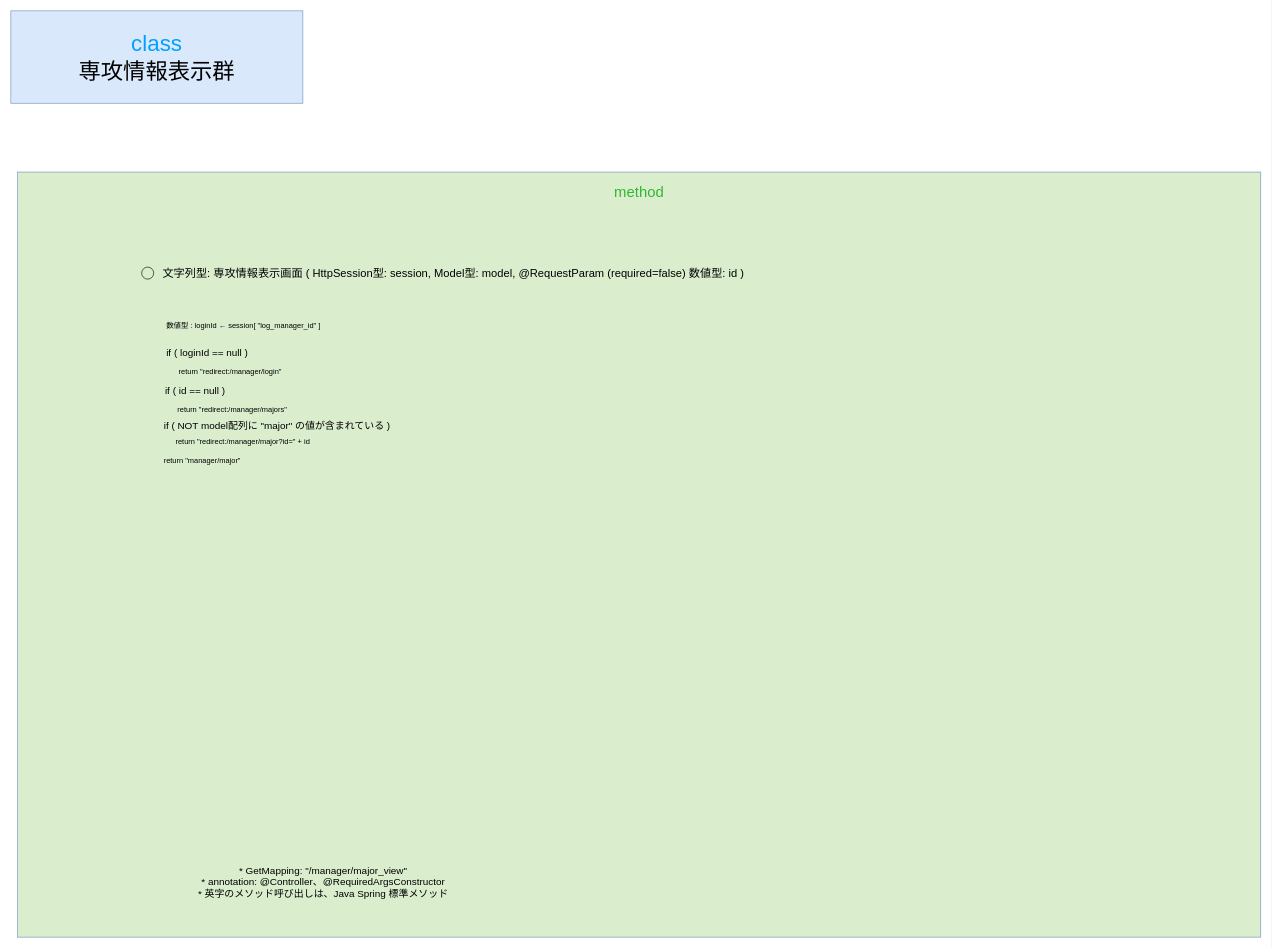
Before: gijigengo/controller/view/manager/seiseki_manage_sys controller_view_manager MajorGetViewControllerクラス 疑似言語.drawio in tro319/seiseki_manage_sys, a draw.io diagram. Source tidied: cells renumbered, new cells numbered last; positions are measured from the earlier drawing's top-left corner, leaving out a move shared by most shapes. Both pictures are drawn from the tidied source at 62%, with x=0, y=0 at pixel (11, 11).
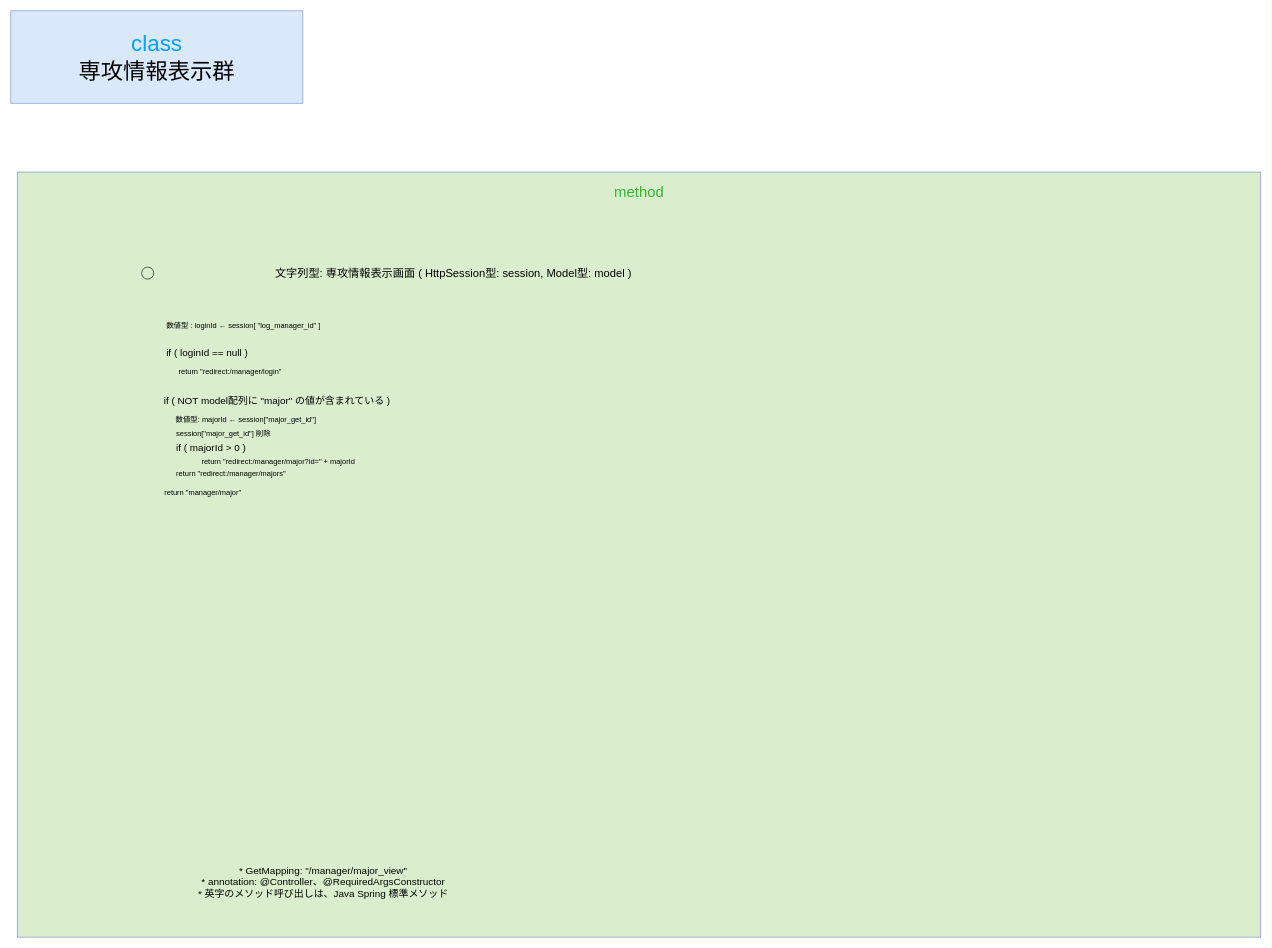
The same diagram, later.

Change to the diagram source:
```diff
@@
 <mxGraphModel>
   <root>
     <mxCell id="0" />
     <mxCell id="1" parent="0" />
     <mxCell id="2" value="&lt;div&gt;&lt;span style=&quot;color: rgb(0, 161, 255);&quot;&gt;class&lt;/span&gt;&lt;/div&gt;&lt;div&gt;専攻情報表示群&lt;/div&gt;" style="text;html=1;whiteSpace=wrap;strokeColor=#6c8ebf;fillColor=#dae8fc;align=center;verticalAlign=middle;rounded=0;fontSize=36;" parent="1" vertex="1">
       <mxGeometry width="471" height="149" as="geometry" />
     </mxCell>
     <mxCell id="3" value="&lt;div&gt;&lt;font style=&quot;font-size: 24px;&quot;&gt;&lt;span style=&quot;color: rgb(50, 182, 49);&quot;&gt;&lt;span style=&quot;&quot;&gt;&lt;span style=&quot;&quot;&gt;&lt;span&gt;method&lt;/span&gt;&lt;/span&gt;&lt;/span&gt;&lt;/span&gt;&lt;/font&gt;&lt;/div&gt;&lt;div&gt;&lt;font style=&quot;font-size: 24px;&quot;&gt;&lt;span style=&quot;color: rgba(0, 0, 0, 0);&quot;&gt;&lt;span style=&quot;color: rgba(0, 0, 0, 0);&quot;&gt;&lt;span style=&quot;&quot;&gt;&lt;span style=&quot;&quot;&gt;&lt;br&gt;&lt;/span&gt;&lt;/span&gt;&lt;/span&gt;&lt;/span&gt;&lt;/font&gt;&lt;/div&gt;" style="text;html=1;whiteSpace=wrap;strokeColor=#6c8ebf;fillColor=light-dark(#daeece, #214210);align=center;verticalAlign=top;rounded=0;fontSize=36;fontColor=#00A1FF;" parent="1" vertex="1">
       <mxGeometry x="11" y="260" width="2005" height="1234" as="geometry" />
     </mxCell>
     <mxCell id="4" value="&lt;div&gt;&lt;span style=&quot;color: rgb(0, 0, 0);&quot;&gt;&lt;font&gt;数値型 : loginId ←&amp;nbsp;&lt;/font&gt;&lt;/span&gt;&lt;span style=&quot;color: rgb(0, 0, 0);&quot;&gt;&lt;font&gt;session[ &quot;log_manager_id&quot; ]&lt;/font&gt;&lt;/span&gt;&lt;/div&gt;" style="text;html=1;whiteSpace=wrap;strokeColor=none;fillColor=none;align=left;verticalAlign=middle;rounded=0;fontSize=12;" parent="1" vertex="1">
       <mxGeometry x="249" y="493" width="590" height="30" as="geometry" />
     </mxCell>
     <mxCell id="5" value="&lt;div&gt;&lt;span&gt;&lt;span&gt;&lt;span style=&quot;color: rgb(0, 0, 0);&quot;&gt;&lt;font style=&quot;font-size: 16px;&quot;&gt;* GetMapping: &quot;&lt;/font&gt;&lt;/span&gt;&lt;/span&gt;&lt;/span&gt;&lt;font style=&quot;font-size: 16px;&quot;&gt;/manager/major_view&lt;/font&gt;&lt;span&gt;&lt;span&gt;&lt;span style=&quot;color: rgb(0, 0, 0);&quot;&gt;&lt;font style=&quot;font-size: 16px;&quot;&gt;&quot;&lt;/font&gt;&lt;/span&gt;&lt;/span&gt;&lt;/span&gt;&lt;/div&gt;&lt;div&gt;&lt;span&gt;&lt;span&gt;&lt;span style=&quot;color: rgb(0, 0, 0);&quot;&gt;&lt;font style=&quot;font-size: 16px;&quot;&gt;* annotation: &lt;/font&gt;&lt;font style=&quot;font-size: 16px;&quot;&gt;@Controller&lt;/font&gt;&lt;font style=&quot;font-size: 16px;&quot;&gt;、@RequiredArgsConstructor&lt;/font&gt;&lt;/span&gt;&lt;/span&gt;&lt;/span&gt;&lt;/div&gt;&lt;div&gt;&lt;span&gt;&lt;span&gt;&lt;span style=&quot;color: rgb(0, 0, 0);&quot;&gt;&lt;font style=&quot;font-size: 16px;&quot;&gt;* 英字のメソッド呼び出しは、Java Spring 標準メソッド&lt;/font&gt;&lt;/span&gt;&lt;/span&gt;&lt;/span&gt;&lt;/div&gt;" style="text;html=1;whiteSpace=wrap;strokeColor=none;fillColor=none;align=center;verticalAlign=middle;rounded=0;" parent="1" vertex="1">
       <mxGeometry x="209" y="1390" width="590" height="30" as="geometry" />
     </mxCell>
     <mxCell id="6" value="&lt;div align=&quot;left&quot;&gt;&lt;span style=&quot;color: rgb(0, 0, 0);&quot;&gt;&lt;font style=&quot;font-size: 16px;&quot;&gt;if ( loginId == null )&amp;nbsp;&lt;/font&gt;&lt;/span&gt;&lt;/div&gt;" style="text;html=1;whiteSpace=wrap;strokeColor=none;fillColor=none;align=left;verticalAlign=middle;rounded=0;" parent="1" vertex="1">
       <mxGeometry x="249" y="536" width="590" height="30" as="geometry" />
     </mxCell>
     <mxCell id="7" value="return &quot;redirect:/manager/login&quot;" style="text;html=1;whiteSpace=wrap;strokeColor=none;fillColor=none;align=left;verticalAlign=middle;rounded=0;" parent="1" vertex="1">
       <mxGeometry x="269" y="567" width="590" height="30" as="geometry" />
     </mxCell>
-    <mxCell id="8" value="&lt;font style=&quot;font-size: 18px;&quot;&gt;&lt;span&gt;&lt;span&gt;&lt;span style=&quot;color: rgb(0, 0, 0);&quot;&gt;&lt;font&gt;文字列型: 専攻情報表示画面 ( HttpSession型: session, Model型: model, @RequestParam (required=false) 数値型: id )&lt;/font&gt;&lt;/span&gt;&lt;/span&gt;&lt;/span&gt;&lt;/font&gt;" style="whiteSpace=wrap;html=1;fillColor=none;labelBorderColor=none;strokeColor=none;" parent="1" vertex="1">
+    <mxCell id="8" value="&lt;font style=&quot;font-size: 18px;&quot;&gt;&lt;span&gt;&lt;span&gt;&lt;span style=&quot;color: rgb(0, 0, 0);&quot;&gt;&lt;font&gt;文字列型: 専攻情報表示画面 ( HttpSession型: session, Model型: model )&lt;/font&gt;&lt;/span&gt;&lt;/span&gt;&lt;/span&gt;&lt;/font&gt;" style="whiteSpace=wrap;html=1;fillColor=none;labelBorderColor=none;strokeColor=none;" parent="1" vertex="1">
       <mxGeometry x="240" y="408" width="948.1" height="30" as="geometry" />
     </mxCell>
     <mxCell id="9" value="&amp;nbsp; &amp;nbsp; &amp;nbsp; &amp;nbsp; &amp;nbsp; &amp;nbsp; &amp;nbsp;" style="ellipse;whiteSpace=wrap;html=1;fillColor=none;" parent="1" vertex="1">
       <mxGeometry x="211" y="413.3" width="19.4" height="19.4" as="geometry" />
     </mxCell>
     <mxCell id="10" value="return &quot;manager/major&quot;" style="text;html=1;whiteSpace=wrap;strokeColor=none;fillColor=none;align=left;verticalAlign=middle;rounded=0;" parent="1" vertex="1">
-      <mxGeometry x="245" y="710" width="590" height="30" as="geometry" />
+      <mxGeometry x="246" y="762" width="590" height="30" as="geometry" />
     </mxCell>
-    <mxCell id="11" value="return &quot;redirect:/manager/major?id=&quot; + id&amp;nbsp;" style="text;html=1;whiteSpace=wrap;strokeColor=none;fillColor=none;align=left;verticalAlign=middle;rounded=0;" parent="1" vertex="1">
-      <mxGeometry x="264" y="680" width="590" height="30" as="geometry" />
+    <mxCell id="11" value="return &quot;redirect:/manager/major?id=&quot; + majorId&amp;nbsp;" style="text;html=1;whiteSpace=wrap;strokeColor=none;fillColor=none;align=left;verticalAlign=middle;rounded=0;" parent="1" vertex="1">
+      <mxGeometry x="306" y="712" width="590" height="30" as="geometry" />
     </mxCell>
-    <mxCell id="12" value="&lt;div align=&quot;left&quot;&gt;&lt;span style=&quot;color: rgb(0, 0, 0);&quot;&gt;&lt;font style=&quot;font-size: 16px;&quot;&gt;if ( id == null )&amp;nbsp;&lt;/font&gt;&lt;/span&gt;&lt;/div&gt;" style="text;html=1;whiteSpace=wrap;strokeColor=none;fillColor=none;align=left;verticalAlign=middle;rounded=0;" parent="1" vertex="1">
-      <mxGeometry x="247" y="597" width="590" height="30" as="geometry" />
-    </mxCell>
+    <mxCell id="14" value="&lt;div align=&quot;left&quot;&gt;&lt;span style=&quot;color: rgb(0, 0, 0);&quot;&gt;&lt;font style=&quot;font-size: 16px;&quot;&gt;if ( NOT model配列に &quot;major&quot; の値が含まれている )&amp;nbsp;&lt;/font&gt;&lt;/span&gt;&lt;/div&gt;" style="text;html=1;whiteSpace=wrap;strokeColor=none;fillColor=none;align=left;verticalAlign=middle;rounded=0;" parent="1" vertex="1">
+      <mxGeometry x="245" y="613" width="590" height="30" as="geometry" />
+    </mxCell>
+    <mxCell id="15" value="数値型: majorId ← session[&quot;major_get_id&quot;]" style="text;html=1;whiteSpace=wrap;strokeColor=none;fillColor=none;align=left;verticalAlign=middle;rounded=0;" parent="1" vertex="1">
+      <mxGeometry x="264" y="645" width="590" height="30" as="geometry" />
+    </mxCell>
+    <mxCell id="16" value="session[&quot;major_get_id&quot;] 削除" style="text;html=1;whiteSpace=wrap;strokeColor=none;fillColor=none;align=left;verticalAlign=middle;rounded=0;" parent="1" vertex="1">
+      <mxGeometry x="265" y="668" width="590" height="30" as="geometry" />
+    </mxCell>
+    <mxCell id="17" value="&lt;div align=&quot;left&quot;&gt;&lt;span style=&quot;color: rgb(0, 0, 0);&quot;&gt;&lt;font style=&quot;font-size: 16px;&quot;&gt;if ( majorId &amp;gt; 0 )&amp;nbsp;&lt;/font&gt;&lt;/span&gt;&lt;/div&gt;" style="text;html=1;whiteSpace=wrap;strokeColor=none;fillColor=none;align=left;verticalAlign=middle;rounded=0;" parent="1" vertex="1">
+      <mxGeometry x="265" y="689" width="590" height="30" as="geometry" />
+    </mxCell>
-    <mxCell id="13" value="return &quot;redirect:/manager/majors&quot;" style="text;html=1;whiteSpace=wrap;strokeColor=none;fillColor=none;align=left;verticalAlign=middle;rounded=0;" parent="1" vertex="1">
-      <mxGeometry x="267" y="628" width="590" height="30" as="geometry" />
+    <mxCell id="13" value="return &quot;redirect:/manager/majors&quot;&amp;nbsp;" style="text;html=1;whiteSpace=wrap;strokeColor=none;fillColor=none;align=left;verticalAlign=middle;rounded=0;" parent="1" vertex="1">
+      <mxGeometry x="265" y="732" width="590" height="30" as="geometry" />
     </mxCell>
-    <mxCell id="14" value="&lt;div align=&quot;left&quot;&gt;&lt;span style=&quot;color: rgb(0, 0, 0);&quot;&gt;&lt;font style=&quot;font-size: 16px;&quot;&gt;if ( NOT model配列に &quot;major&quot; の値が含まれている )&amp;nbsp;&lt;/font&gt;&lt;/span&gt;&lt;/div&gt;" style="text;html=1;whiteSpace=wrap;strokeColor=none;fillColor=none;align=left;verticalAlign=middle;rounded=0;" parent="1" vertex="1">
-      <mxGeometry x="245" y="654" width="590" height="30" as="geometry" />
-    </mxCell>
   </root>
 </mxGraphModel>
```
